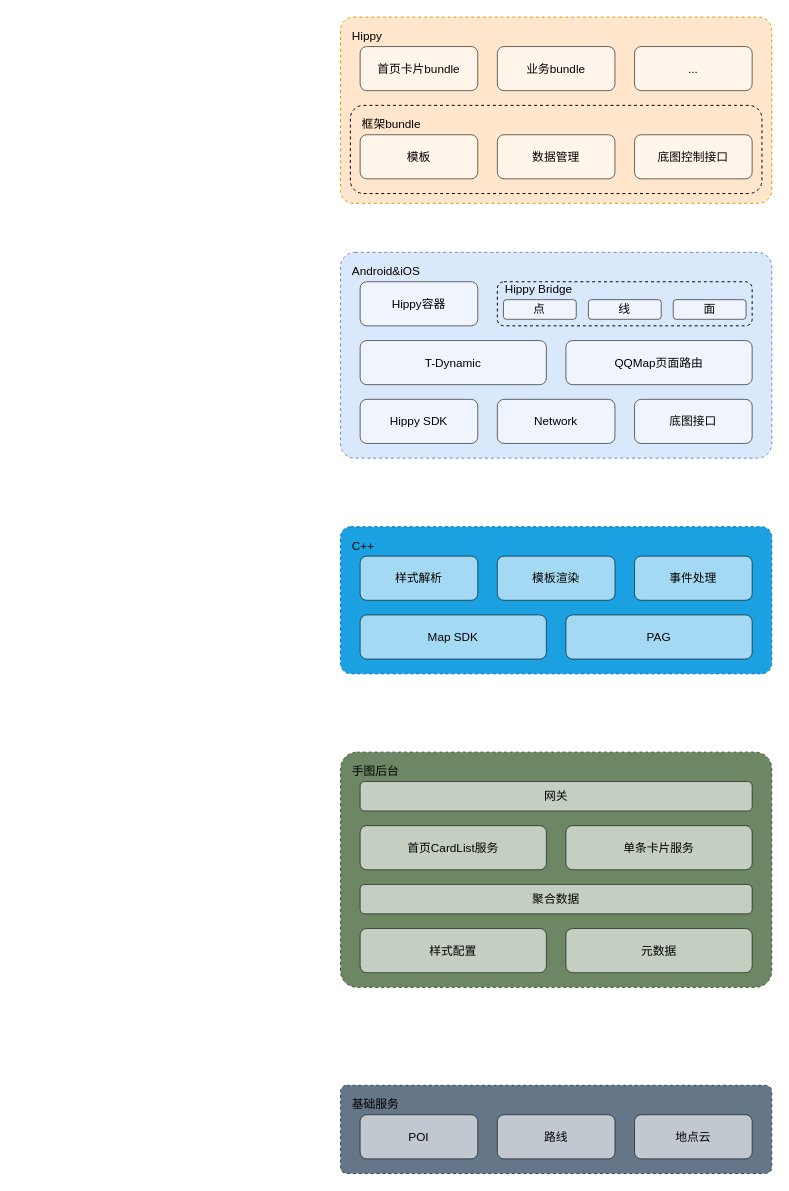
Before: 图卡联动.drawio in wangziji/graphics, a draw.io diagram. Source tidied: cells renumbered, new cells numbered last; positions are measured from the earlier drawing's top-left corner, leaving out a move shared by most shapes. Both pictures are drawn from the tidied source at 98%, with x=0, y=0 at pixel (340, 17).
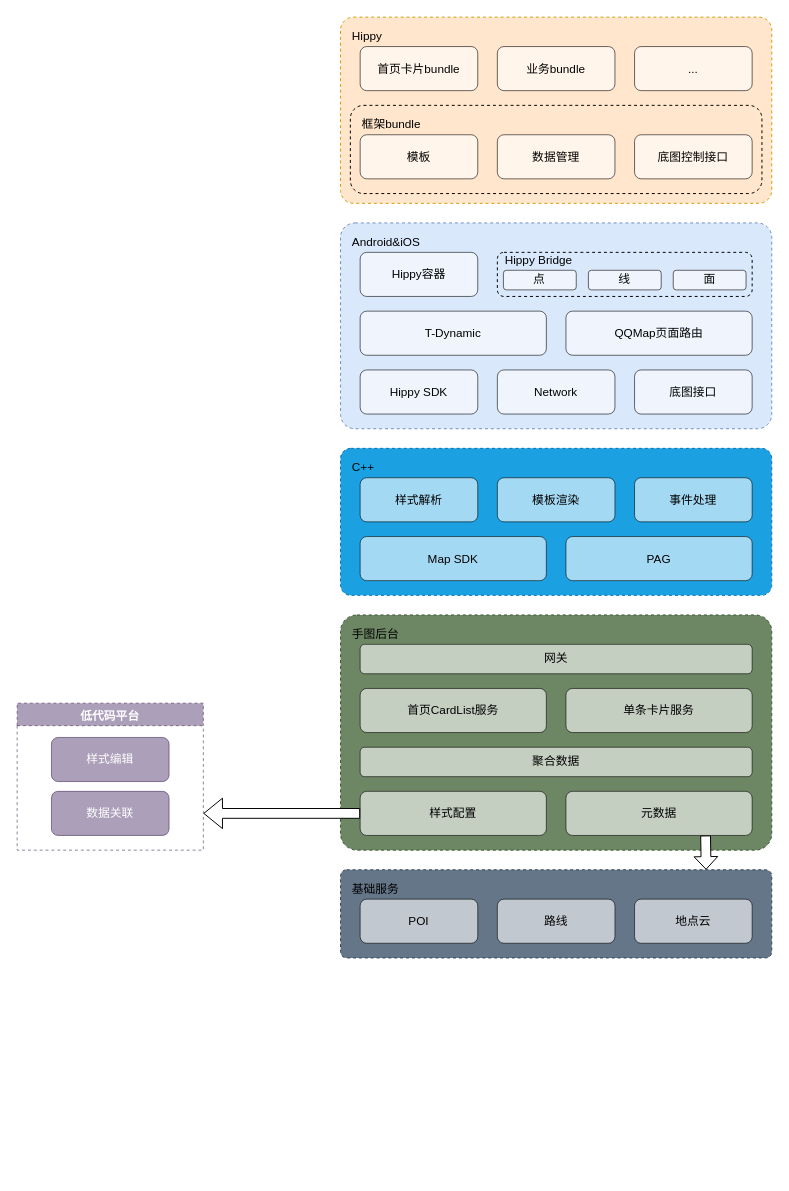
After the change.

The change refers to these unchanged cells:
```xml
<mxCell id="47" value="样式配置" style="rounded=1;whiteSpace=wrap;html=1;opacity=60;" parent="46" vertex="1">
  <mxGeometry width="190" height="45" as="geometry" />
</mxCell>
<mxCell id="48" value="元数据" style="rounded=1;whiteSpace=wrap;html=1;opacity=60;" parent="46" vertex="1">
  <mxGeometry x="210" width="190" height="45" as="geometry" />
</mxCell>
```

Change to the diagram source:
```diff
@@
-    <mxCell id="2" style="rounded=1;whiteSpace=wrap;html=1;fillColor=#6d8764;dashed=1;arcSize=7;strokeColor=#3A5431;fontColor=#ffffff;" parent="1" vertex="1">
-      <mxGeometry y="750" width="440" height="240" as="geometry" />
-    </mxCell>
-    <mxCell id="3" style="rounded=1;whiteSpace=wrap;html=1;fillColor=#1ba1e2;dashed=1;arcSize=7;strokeColor=#006EAF;fontColor=#ffffff;" parent="1" vertex="1">
-      <mxGeometry y="520" width="440" height="150" as="geometry" />
-    </mxCell>
-    <mxCell id="4" value="样式解析" style="rounded=1;whiteSpace=wrap;html=1;opacity=60;" parent="1" vertex="1">
-      <mxGeometry x="20" y="550" width="120" height="45" as="geometry" />
-    </mxCell>
-    <mxCell id="5" value="模板渲染" style="rounded=1;whiteSpace=wrap;html=1;opacity=60;" parent="1" vertex="1">
-      <mxGeometry x="160" y="550" width="120" height="45" as="geometry" />
-    </mxCell>
-    <mxCell id="6" value="事件处理" style="rounded=1;whiteSpace=wrap;html=1;opacity=60;" parent="1" vertex="1">
-      <mxGeometry x="300" y="550" width="120" height="45" as="geometry" />
-    </mxCell>
-    <mxCell id="7" value="Map SDK" style="rounded=1;whiteSpace=wrap;html=1;opacity=60;" parent="1" vertex="1">
-      <mxGeometry x="20" y="610" width="190" height="45" as="geometry" />
-    </mxCell>
-    <mxCell id="8" value="PAG" style="rounded=1;whiteSpace=wrap;html=1;opacity=60;" parent="1" vertex="1">
-      <mxGeometry x="230" y="610" width="190" height="45" as="geometry" />
-    </mxCell>
@@
+    <mxCell id="35" style="group;" parent="1" vertex="1">
+      <mxGeometry y="870" width="440" height="90" as="geometry" />
+    </mxCell>
+    <mxCell id="36" style="rounded=1;whiteSpace=wrap;html=1;fillColor=#647687;dashed=1;arcSize=7;strokeColor=#314354;fontColor=#ffffff;" parent="35" vertex="1">
+      <mxGeometry width="440" height="90" as="geometry" />
+    </mxCell>
+    <mxCell id="37" value="POI" style="rounded=1;whiteSpace=wrap;html=1;opacity=60;" parent="35" vertex="1">
+      <mxGeometry x="20" y="30" width="120" height="45" as="geometry" />
+    </mxCell>
+    <mxCell id="38" value="路线" style="rounded=1;whiteSpace=wrap;html=1;opacity=60;" parent="35" vertex="1">
+      <mxGeometry x="160" y="30" width="120" height="45" as="geometry" />
+    </mxCell>
+    <mxCell id="39" value="地点云" style="rounded=1;whiteSpace=wrap;html=1;opacity=60;" parent="35" vertex="1">
+      <mxGeometry x="300" y="30" width="120" height="45" as="geometry" />
+    </mxCell>
+    <mxCell id="40" value="基础服务" style="text;html=1;strokeColor=none;fillColor=none;align=left;verticalAlign=middle;whiteSpace=wrap;rounded=0;dashed=1;" parent="35" vertex="1">
+      <mxGeometry x="10" y="10" width="80" height="20" as="geometry" />
+    </mxCell>
+    <mxCell id="50" style="group;" parent="1" vertex="1">
+      <mxGeometry y="210" width="440" height="210" as="geometry" />
+    </mxCell>
-    <mxCell id="20" style="rounded=1;whiteSpace=wrap;html=1;fillColor=#dae8fc;dashed=1;arcSize=7;strokeColor=#6c8ebf;" parent="1" vertex="1">
-      <mxGeometry y="240" width="440" height="210" as="geometry" />
+    <mxCell id="20" style="rounded=1;whiteSpace=wrap;html=1;fillColor=#dae8fc;dashed=1;arcSize=7;strokeColor=#6c8ebf;" parent="50" vertex="1">
+      <mxGeometry width="440" height="210" as="geometry" />
     </mxCell>
-    <mxCell id="21" value="Hippy容器" style="rounded=1;whiteSpace=wrap;html=1;opacity=60;" parent="1" vertex="1">
-      <mxGeometry x="20" y="270" width="120" height="45" as="geometry" />
+    <mxCell id="21" value="Hippy容器" style="rounded=1;whiteSpace=wrap;html=1;opacity=60;" parent="50" vertex="1">
+      <mxGeometry x="20" y="30" width="120" height="45" as="geometry" />
     </mxCell>
-    <mxCell id="22" style="group;" parent="1" vertex="1">
-      <mxGeometry x="160" y="270" width="260" height="50" as="geometry" />
+    <mxCell id="22" style="group;" parent="50" vertex="1">
+      <mxGeometry x="160" y="30" width="260" height="50" as="geometry" />
     </mxCell>
@@
-    <mxCell id="28" value="T-Dynamic" style="rounded=1;whiteSpace=wrap;html=1;opacity=60;" parent="1" vertex="1">
-      <mxGeometry x="20" y="330" width="190" height="45" as="geometry" />
+    <mxCell id="28" value="T-Dynamic" style="rounded=1;whiteSpace=wrap;html=1;opacity=60;" parent="50" vertex="1">
+      <mxGeometry x="20" y="90" width="190" height="45" as="geometry" />
     </mxCell>
-    <mxCell id="29" value="QQMap页面路由" style="rounded=1;whiteSpace=wrap;html=1;opacity=60;" parent="1" vertex="1">
-      <mxGeometry x="230" y="330" width="190" height="45" as="geometry" />
+    <mxCell id="29" value="QQMap页面路由" style="rounded=1;whiteSpace=wrap;html=1;opacity=60;" parent="50" vertex="1">
+      <mxGeometry x="230" y="90" width="190" height="45" as="geometry" />
     </mxCell>
-    <mxCell id="30" value="Hippy SDK" style="rounded=1;whiteSpace=wrap;html=1;opacity=60;" parent="1" vertex="1">
-      <mxGeometry x="20" y="390" width="120" height="45" as="geometry" />
+    <mxCell id="30" value="Hippy SDK" style="rounded=1;whiteSpace=wrap;html=1;opacity=60;" parent="50" vertex="1">
+      <mxGeometry x="20" y="150" width="120" height="45" as="geometry" />
     </mxCell>
-    <mxCell id="31" value="Network" style="rounded=1;whiteSpace=wrap;html=1;opacity=60;" parent="1" vertex="1">
-      <mxGeometry x="160" y="390" width="120" height="45" as="geometry" />
+    <mxCell id="31" value="Network" style="rounded=1;whiteSpace=wrap;html=1;opacity=60;" parent="50" vertex="1">
+      <mxGeometry x="160" y="150" width="120" height="45" as="geometry" />
     </mxCell>
-    <mxCell id="32" value="底图接口" style="rounded=1;whiteSpace=wrap;html=1;opacity=60;" parent="1" vertex="1">
-      <mxGeometry x="300" y="390" width="120" height="45" as="geometry" />
+    <mxCell id="32" value="底图接口" style="rounded=1;whiteSpace=wrap;html=1;opacity=60;" parent="50" vertex="1">
+      <mxGeometry x="300" y="150" width="120" height="45" as="geometry" />
     </mxCell>
-    <mxCell id="33" value="Android&amp;amp;iOS" style="text;html=1;strokeColor=none;fillColor=none;align=left;verticalAlign=middle;whiteSpace=wrap;rounded=0;dashed=1;" parent="1" vertex="1">
-      <mxGeometry x="10" y="250" width="80" height="20" as="geometry" />
+    <mxCell id="33" value="Android&amp;amp;iOS" style="text;html=1;strokeColor=none;fillColor=none;align=left;verticalAlign=middle;whiteSpace=wrap;rounded=0;dashed=1;" parent="50" vertex="1">
+      <mxGeometry x="10" y="10" width="80" height="20" as="geometry" />
     </mxCell>
+    <mxCell id="51" style="group;" parent="1" vertex="1">
+      <mxGeometry y="440" width="440" height="150" as="geometry" />
+    </mxCell>
+    <mxCell id="3" style="rounded=1;whiteSpace=wrap;html=1;fillColor=#1ba1e2;dashed=1;arcSize=7;strokeColor=#006EAF;fontColor=#ffffff;" parent="51" vertex="1">
+      <mxGeometry width="440" height="150" as="geometry" />
+    </mxCell>
+    <mxCell id="4" value="样式解析" style="rounded=1;whiteSpace=wrap;html=1;opacity=60;" parent="51" vertex="1">
+      <mxGeometry x="20" y="30" width="120" height="45" as="geometry" />
+    </mxCell>
+    <mxCell id="5" value="模板渲染" style="rounded=1;whiteSpace=wrap;html=1;opacity=60;" parent="51" vertex="1">
+      <mxGeometry x="160" y="30" width="120" height="45" as="geometry" />
+    </mxCell>
+    <mxCell id="6" value="事件处理" style="rounded=1;whiteSpace=wrap;html=1;opacity=60;" parent="51" vertex="1">
+      <mxGeometry x="300" y="30" width="120" height="45" as="geometry" />
+    </mxCell>
+    <mxCell id="7" value="Map SDK" style="rounded=1;whiteSpace=wrap;html=1;opacity=60;" parent="51" vertex="1">
+      <mxGeometry x="20" y="90" width="190" height="45" as="geometry" />
+    </mxCell>
+    <mxCell id="8" value="PAG" style="rounded=1;whiteSpace=wrap;html=1;opacity=60;" parent="51" vertex="1">
+      <mxGeometry x="230" y="90" width="190" height="45" as="geometry" />
+    </mxCell>
-    <mxCell id="34" value="C++" style="text;html=1;strokeColor=none;fillColor=none;align=left;verticalAlign=middle;whiteSpace=wrap;rounded=0;dashed=1;" parent="1" vertex="1">
-      <mxGeometry x="10" y="530" width="80" height="20" as="geometry" />
+    <mxCell id="34" value="C++" style="text;html=1;strokeColor=none;fillColor=none;align=left;verticalAlign=middle;whiteSpace=wrap;rounded=0;dashed=1;" parent="51" vertex="1">
+      <mxGeometry x="10" y="10" width="80" height="20" as="geometry" />
     </mxCell>
-    <mxCell id="35" style="group;" parent="1" vertex="1">
-      <mxGeometry y="1090" width="440" height="90" as="geometry" />
-    </mxCell>
-    <mxCell id="36" style="rounded=1;whiteSpace=wrap;html=1;fillColor=#647687;dashed=1;arcSize=7;strokeColor=#314354;fontColor=#ffffff;" parent="35" vertex="1">
-      <mxGeometry width="440" height="90" as="geometry" />
-    </mxCell>
-    <mxCell id="37" value="POI" style="rounded=1;whiteSpace=wrap;html=1;opacity=60;" parent="35" vertex="1">
-      <mxGeometry x="20" y="30" width="120" height="45" as="geometry" />
-    </mxCell>
-    <mxCell id="38" value="路线" style="rounded=1;whiteSpace=wrap;html=1;opacity=60;" parent="35" vertex="1">
-      <mxGeometry x="160" y="30" width="120" height="45" as="geometry" />
-    </mxCell>
-    <mxCell id="39" value="地点云" style="rounded=1;whiteSpace=wrap;html=1;opacity=60;" parent="35" vertex="1">
-      <mxGeometry x="300" y="30" width="120" height="45" as="geometry" />
-    </mxCell>
-    <mxCell id="40" value="基础服务" style="text;html=1;strokeColor=none;fillColor=none;align=left;verticalAlign=middle;whiteSpace=wrap;rounded=0;dashed=1;" parent="35" vertex="1">
-      <mxGeometry x="10" y="10" width="80" height="20" as="geometry" />
-    </mxCell>
+    <mxCell id="52" style="group;" parent="1" vertex="1">
+      <mxGeometry y="610" width="440" height="240" as="geometry" />
+    </mxCell>
+    <mxCell id="2" style="rounded=1;whiteSpace=wrap;html=1;fillColor=#6d8764;dashed=1;arcSize=7;strokeColor=#3A5431;fontColor=#ffffff;" parent="52" vertex="1">
+      <mxGeometry width="440" height="240" as="geometry" />
+    </mxCell>
-    <mxCell id="41" value="网关" style="rounded=1;whiteSpace=wrap;html=1;opacity=60;" parent="1" vertex="1">
-      <mxGeometry x="20" y="780" width="400" height="30" as="geometry" />
+    <mxCell id="41" value="网关" style="rounded=1;whiteSpace=wrap;html=1;opacity=60;" parent="52" vertex="1">
+      <mxGeometry x="20" y="30" width="400" height="30" as="geometry" />
     </mxCell>
-    <mxCell id="42" value="聚合数据" style="rounded=1;whiteSpace=wrap;html=1;opacity=60;" parent="1" vertex="1">
-      <mxGeometry x="20" y="885" width="400" height="30" as="geometry" />
+    <mxCell id="42" value="聚合数据" style="rounded=1;whiteSpace=wrap;html=1;opacity=60;" parent="52" vertex="1">
+      <mxGeometry x="20" y="135" width="400" height="30" as="geometry" />
     </mxCell>
-    <mxCell id="43" style="group;" parent="1" vertex="1">
-      <mxGeometry x="20" y="825" width="400" height="45" as="geometry" />
+    <mxCell id="43" style="group;" parent="52" vertex="1">
+      <mxGeometry x="20" y="75" width="400" height="45" as="geometry" />
     </mxCell>
@@
-    <mxCell id="46" style="group;" parent="1" vertex="1">
-      <mxGeometry x="20" y="930" width="400" height="45" as="geometry" />
+    <mxCell id="46" style="group;" parent="52" vertex="1">
+      <mxGeometry x="20" y="180" width="400" height="45" as="geometry" />
     </mxCell>
@@
-    <mxCell id="49" value="手图后台" style="text;html=1;strokeColor=none;fillColor=none;align=left;verticalAlign=middle;whiteSpace=wrap;rounded=0;dashed=1;" parent="1" vertex="1">
-      <mxGeometry x="10" y="760" width="80" height="20" as="geometry" />
+    <mxCell id="49" value="手图后台" style="text;html=1;strokeColor=none;fillColor=none;align=left;verticalAlign=middle;whiteSpace=wrap;rounded=0;dashed=1;" parent="52" vertex="1">
+      <mxGeometry x="10" y="10" width="80" height="20" as="geometry" />
     </mxCell>
+    <mxCell id="53" value="低代码平台" style="swimlane;dashed=1;fillColor=#76608a;align=center;verticalAlign=top;opacity=60;strokeColor=#432D57;fontColor=#ffffff;" parent="1" vertex="1">
+      <mxGeometry x="-330" y="700" width="190" height="150" as="geometry" />
+    </mxCell>
+    <mxCell id="54" value="样式编辑" style="rounded=1;whiteSpace=wrap;html=1;opacity=60;fillColor=#76608a;strokeColor=#432D57;fontColor=#ffffff;" parent="53" vertex="1">
+      <mxGeometry x="35" y="35" width="120" height="45" as="geometry" />
+    </mxCell>
+    <mxCell id="55" value="数据关联" style="rounded=1;whiteSpace=wrap;html=1;opacity=60;fillColor=#76608a;strokeColor=#432D57;fontColor=#ffffff;" parent="53" vertex="1">
+      <mxGeometry x="35" y="90" width="120" height="45" as="geometry" />
+    </mxCell>
+    <mxCell id="56" style="shape=flexArrow;endArrow=classic;html=1;exitX=0;exitY=0.5;exitDx=0;exitDy=0;entryX=1;entryY=0.75;entryDx=0;entryDy=0;fillColor=#ffffff;" parent="1" edge="1" source="47" target="53">
+      <mxGeometry relative="1" as="geometry" />
+    </mxCell>
+    <mxCell id="57" style="shape=flexArrow;endArrow=classic;html=1;exitX=0.75;exitY=1;exitDx=0;exitDy=0;fillColor=#ffffff;endWidth=13.142857142857142;endSize=3.96;" parent="1" edge="1" source="48">
+      <mxGeometry relative="1" as="geometry">
+        <mxPoint x="373" y="870" as="targetPoint" />
+      </mxGeometry>
+    </mxCell>
```
